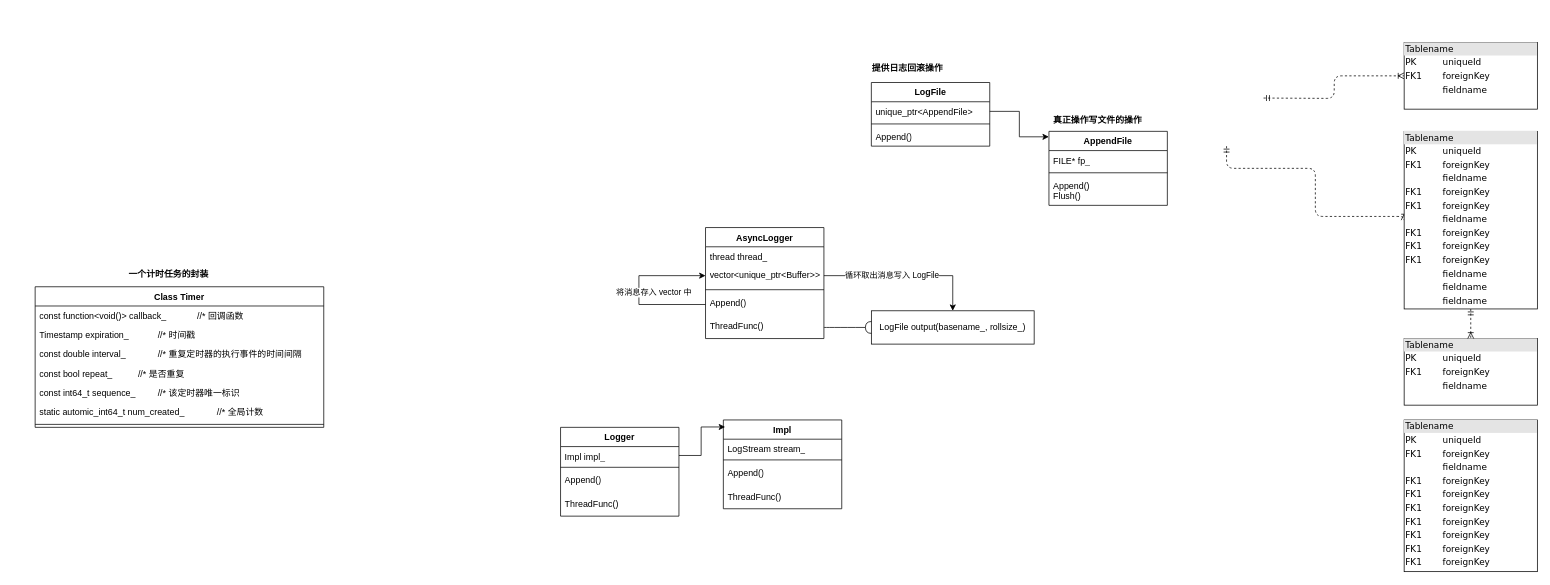
LQF376/image keeps this draw.io diagram as CppServer.drawio. Above is the earlier version. Source tidied: cells renumbered, new cells numbered last; positions are measured from the earlier drawing's top-left corner, leaving out a move shared by most shapes. Both pictures are drawn from the tidied source at 74%, with x=0, y=0 at pixel (35, 42).
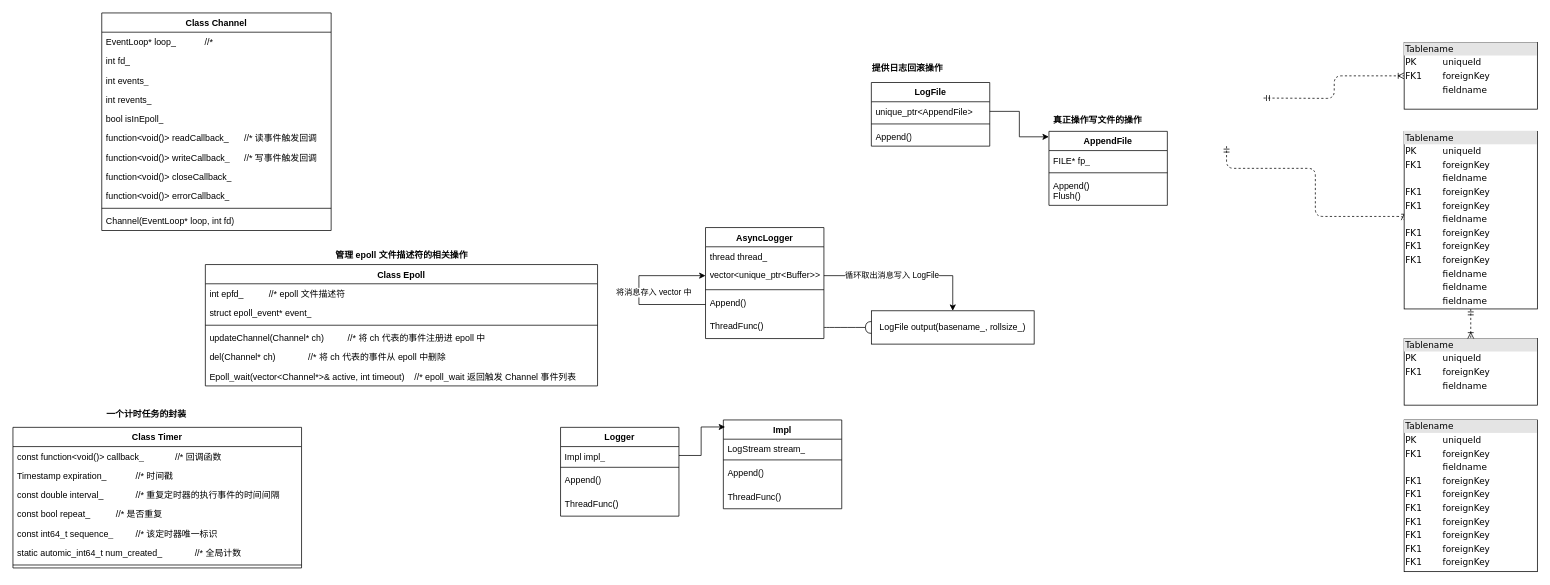
After the change.

Change to the diagram source:
```diff
@@
     <mxCell id="45" value="Class Timer" style="swimlane;fontStyle=1;align=center;verticalAlign=top;horizontal=1;startSize=26;whiteSpace=wrap;html=1;" parent="1" vertex="1">
-      <mxGeometry y="330" width="390" height="190" as="geometry" />
+      <mxGeometry x="-30" y="520" width="390" height="190" as="geometry" />
     </mxCell>
@@
     <mxCell id="53" value="一个计时任务的封装" style="text;align=center;fontStyle=1;verticalAlign=middle;spacingLeft=3;spacingRight=3;strokeColor=none;html=1;" parent="1" vertex="1">
-      <mxGeometry x="140" y="300" width="80" height="26" as="geometry" />
+      <mxGeometry x="110" y="490" width="80" height="26" as="geometry" />
     </mxCell>
+    <mxCell id="54" value="Class Channel" style="swimlane;fontStyle=1;align=center;verticalAlign=top;horizontal=1;startSize=26;whiteSpace=wrap;html=1;" parent="1" vertex="1">
+      <mxGeometry x="90" y="-40" width="310" height="294" as="geometry" />
+    </mxCell>
+    <mxCell id="55" value="EventLoop* loop_&lt;span style=&quot;white-space: pre;&quot;&gt;&#9;&lt;/span&gt;&lt;span style=&quot;white-space: pre;&quot;&gt;&#9;&lt;/span&gt;//*" style="text;strokeColor=none;fillColor=none;align=left;verticalAlign=top;spacingLeft=4;spacingRight=4;overflow=hidden;whiteSpace=wrap;html=1;" parent="54" vertex="1">
+      <mxGeometry y="26" width="310" height="26" as="geometry" />
+    </mxCell>
+    <mxCell id="56" value="int fd_" style="text;strokeColor=none;fillColor=none;align=left;verticalAlign=top;spacingLeft=4;spacingRight=4;overflow=hidden;whiteSpace=wrap;html=1;" parent="54" vertex="1">
+      <mxGeometry y="52" width="310" height="26" as="geometry" />
+    </mxCell>
+    <mxCell id="57" value="int events_" style="text;strokeColor=none;fillColor=none;align=left;verticalAlign=top;spacingLeft=4;spacingRight=4;overflow=hidden;whiteSpace=wrap;html=1;" parent="54" vertex="1">
+      <mxGeometry y="78" width="310" height="26" as="geometry" />
+    </mxCell>
+    <mxCell id="58" value="int revents_" style="text;strokeColor=none;fillColor=none;align=left;verticalAlign=top;spacingLeft=4;spacingRight=4;overflow=hidden;whiteSpace=wrap;html=1;" parent="54" vertex="1">
+      <mxGeometry y="104" width="310" height="26" as="geometry" />
+    </mxCell>
+    <mxCell id="59" value="bool isInEpoll_" style="text;strokeColor=none;fillColor=none;align=left;verticalAlign=top;spacingLeft=4;spacingRight=4;overflow=hidden;whiteSpace=wrap;html=1;" parent="54" vertex="1">
+      <mxGeometry y="130" width="310" height="26" as="geometry" />
+    </mxCell>
+    <mxCell id="60" value="function&amp;lt;void()&amp;gt; readCallback_&lt;span style=&quot;white-space: pre;&quot;&gt;&#9;&lt;/span&gt;//* 读事件触发回调" style="text;strokeColor=none;fillColor=none;align=left;verticalAlign=top;spacingLeft=4;spacingRight=4;overflow=hidden;whiteSpace=wrap;html=1;" parent="54" vertex="1">
+      <mxGeometry y="156" width="310" height="26" as="geometry" />
+    </mxCell>
+    <mxCell id="61" value="function&amp;lt;void()&amp;gt; writeCallback_&lt;span style=&quot;white-space: pre;&quot;&gt;&#9;&lt;/span&gt;//* 写事件触发回调" style="text;strokeColor=none;fillColor=none;align=left;verticalAlign=top;spacingLeft=4;spacingRight=4;overflow=hidden;whiteSpace=wrap;html=1;" parent="54" vertex="1">
+      <mxGeometry y="182" width="310" height="26" as="geometry" />
+    </mxCell>
+    <mxCell id="62" value="function&amp;lt;void()&amp;gt; closeCallback_" style="text;strokeColor=none;fillColor=none;align=left;verticalAlign=top;spacingLeft=4;spacingRight=4;overflow=hidden;whiteSpace=wrap;html=1;" parent="54" vertex="1">
+      <mxGeometry y="208" width="310" height="26" as="geometry" />
+    </mxCell>
+    <mxCell id="63" value="function&amp;lt;void()&amp;gt; errorCallback_" style="text;strokeColor=none;fillColor=none;align=left;verticalAlign=top;spacingLeft=4;spacingRight=4;overflow=hidden;whiteSpace=wrap;html=1;" parent="54" vertex="1">
+      <mxGeometry y="234" width="310" height="26" as="geometry" />
+    </mxCell>
+    <mxCell id="64" style="line;strokeWidth=1;fillColor=none;align=left;verticalAlign=middle;spacingTop=-1;spacingLeft=3;spacingRight=3;labelPosition=right;strokeColor=inherit;" parent="54" vertex="1">
+      <mxGeometry y="260" width="310" height="8" as="geometry" />
+    </mxCell>
+    <mxCell id="65" value="Channel(EventLoop* loop, int fd)" style="text;strokeColor=none;fillColor=none;align=left;verticalAlign=top;spacingLeft=4;spacingRight=4;overflow=hidden;whiteSpace=wrap;html=1;" parent="54" vertex="1">
+      <mxGeometry y="268" width="310" height="26" as="geometry" />
+    </mxCell>
+    <mxCell id="66" value="Class Epoll" style="swimlane;fontStyle=1;align=center;verticalAlign=top;horizontal=1;startSize=26;whiteSpace=wrap;html=1;" parent="1" vertex="1">
+      <mxGeometry x="230" y="300" width="530" height="164" as="geometry" />
+    </mxCell>
+    <mxCell id="67" value="int epfd_&amp;nbsp;&lt;span style=&quot;white-space: pre;&quot;&gt;&#9;&lt;/span&gt;&lt;span style=&quot;white-space: pre;&quot;&gt;&#9;&lt;/span&gt;//* epoll 文件描述符" style="text;strokeColor=none;fillColor=none;align=left;verticalAlign=top;spacingLeft=4;spacingRight=4;overflow=hidden;whiteSpace=wrap;html=1;" parent="66" vertex="1">
+      <mxGeometry y="26" width="530" height="26" as="geometry" />
+    </mxCell>
+    <mxCell id="68" value="struct epoll_event* event_" style="text;strokeColor=none;fillColor=none;align=left;verticalAlign=top;spacingLeft=4;spacingRight=4;overflow=hidden;whiteSpace=wrap;html=1;" parent="66" vertex="1">
+      <mxGeometry y="52" width="530" height="26" as="geometry" />
+    </mxCell>
+    <mxCell id="69" style="line;strokeWidth=1;fillColor=none;align=left;verticalAlign=middle;spacingTop=-1;spacingLeft=3;spacingRight=3;labelPosition=right;strokeColor=inherit;" parent="66" vertex="1">
+      <mxGeometry y="78" width="530" height="8" as="geometry" />
+    </mxCell>
+    <mxCell id="70" value="updateChannel(Channel* ch)&lt;span style=&quot;white-space: pre;&quot;&gt;&#9;&lt;span style=&quot;white-space: pre;&quot;&gt;&#9;&lt;/span&gt;&lt;/span&gt;//* 将 ch 代表的事件注册进 epoll 中" style="text;strokeColor=none;fillColor=none;align=left;verticalAlign=top;spacingLeft=4;spacingRight=4;overflow=hidden;whiteSpace=wrap;html=1;" parent="66" vertex="1">
+      <mxGeometry y="86" width="530" height="26" as="geometry" />
+    </mxCell>
+    <mxCell id="71" value="del(Channel* ch)&lt;span style=&quot;white-space: pre;&quot;&gt;&#9;&lt;/span&gt;&lt;span style=&quot;white-space: pre;&quot;&gt;&#9;&lt;/span&gt;//* 将 ch 代表的事件从 epoll 中删除" style="text;strokeColor=none;fillColor=none;align=left;verticalAlign=top;spacingLeft=4;spacingRight=4;overflow=hidden;whiteSpace=wrap;html=1;" parent="66" vertex="1">
+      <mxGeometry y="112" width="530" height="26" as="geometry" />
+    </mxCell>
+    <mxCell id="72" value="Epoll_wait(vector&amp;lt;Channel*&amp;gt;&amp;amp; active, int timeout)&lt;span style=&quot;white-space: pre;&quot;&gt;&#9;&lt;/span&gt;&amp;nbsp; &amp;nbsp;//* epoll_wait 返回触发 Channel 事件列表" style="text;strokeColor=none;fillColor=none;align=left;verticalAlign=top;spacingLeft=4;spacingRight=4;overflow=hidden;whiteSpace=wrap;html=1;" parent="66" vertex="1">
+      <mxGeometry y="138" width="530" height="26" as="geometry" />
+    </mxCell>
+    <mxCell id="73" value="管理 epoll 文件描述符的相关操作" style="text;align=center;fontStyle=1;verticalAlign=middle;spacingLeft=3;spacingRight=3;strokeColor=none;html=1;" parent="1" vertex="1">
+      <mxGeometry x="455" y="274" width="80" height="26" as="geometry" />
+    </mxCell>
```
